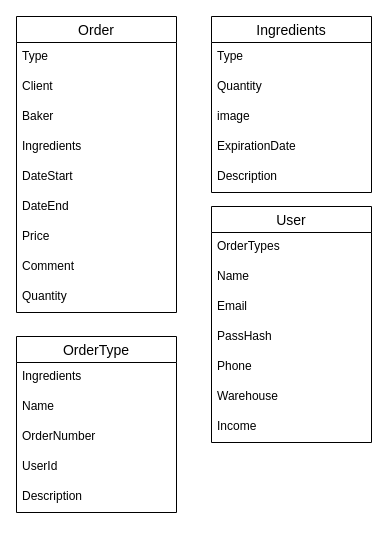
Earlier version of the draw.io diagram logic.drawio (uBake/backend). Source tidied: cells renumbered, new cells numbered last; positions are measured from the earlier drawing's top-left corner, leaving out a move shared by most shapes. Both pictures are drawn from the tidied source at 100%, with x=0, y=0 at pixel (16, 16).
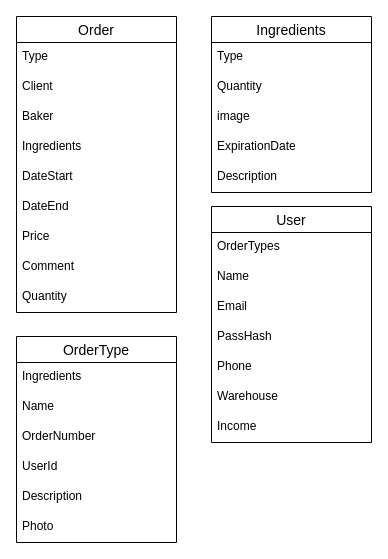
Above is the later version.

What changed in the source:
```diff
@@
     <mxCell id="26" value="OrderType" style="swimlane;fontStyle=0;horizontal=1;startSize=26;align=center;fontSize=14;" parent="1" vertex="1">
-      <mxGeometry y="320" width="160" height="176" as="geometry" />
+      <mxGeometry y="320" width="160" height="206" as="geometry" />
     </mxCell>
@@
+    <mxCell id="32" value="Photo" style="text;strokeColor=none;fillColor=none;spacingLeft=4;spacingRight=4;overflow=hidden;fontSize=12;" parent="26" vertex="1">
+      <mxGeometry y="176" width="160" height="30" as="geometry" />
+    </mxCell>
```
